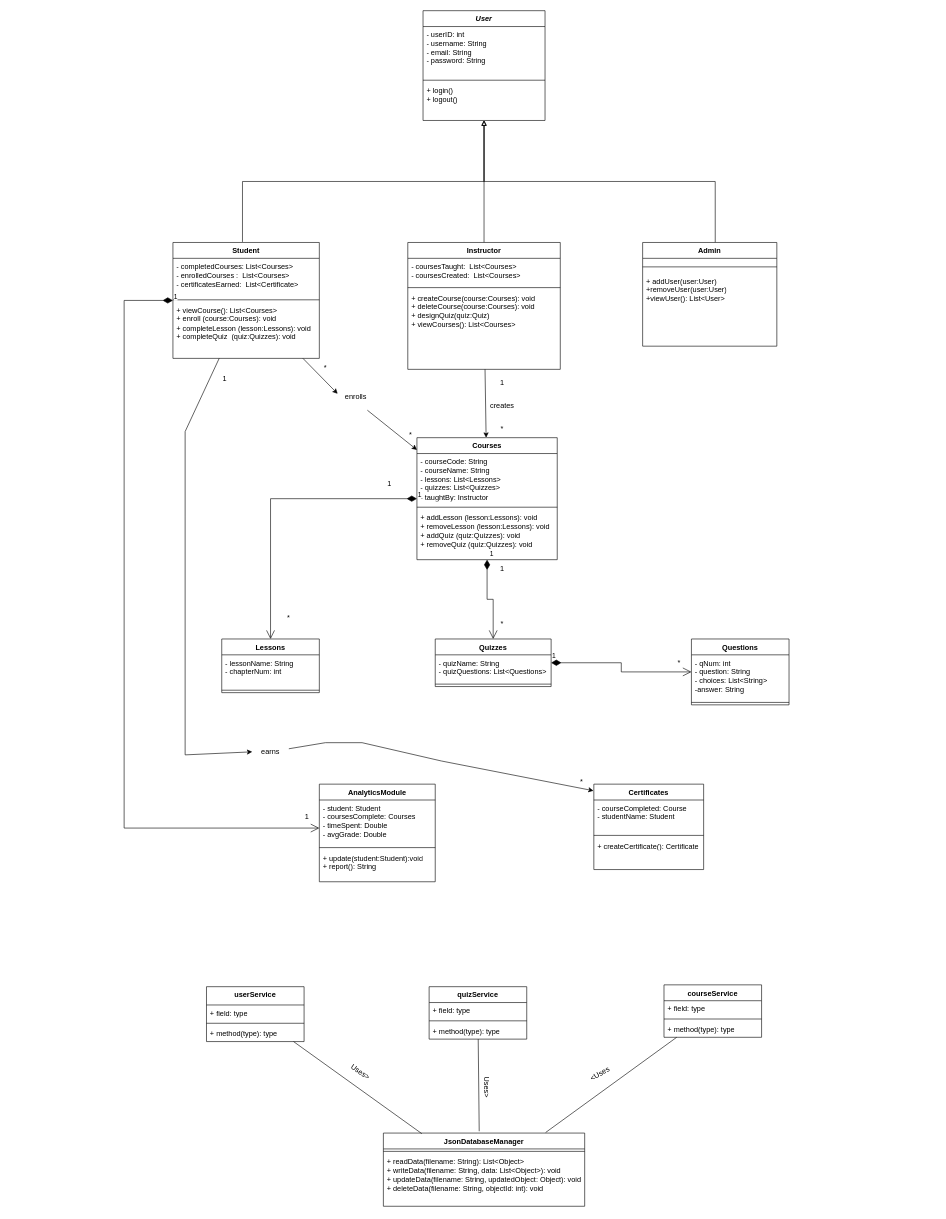
The draw.io diagram Class_Diagram/Untitled Diagram.drawio in 23010477/Lab6_SkillForge, before the edit. Source tidied: cells renumbered, new cells numbered last; positions are measured from the earlier drawing's top-left corner, leaving out a move shared by most shapes. Both pictures are drawn from the tidied source at 61%, with x=0, y=0 at pixel (124, 10).
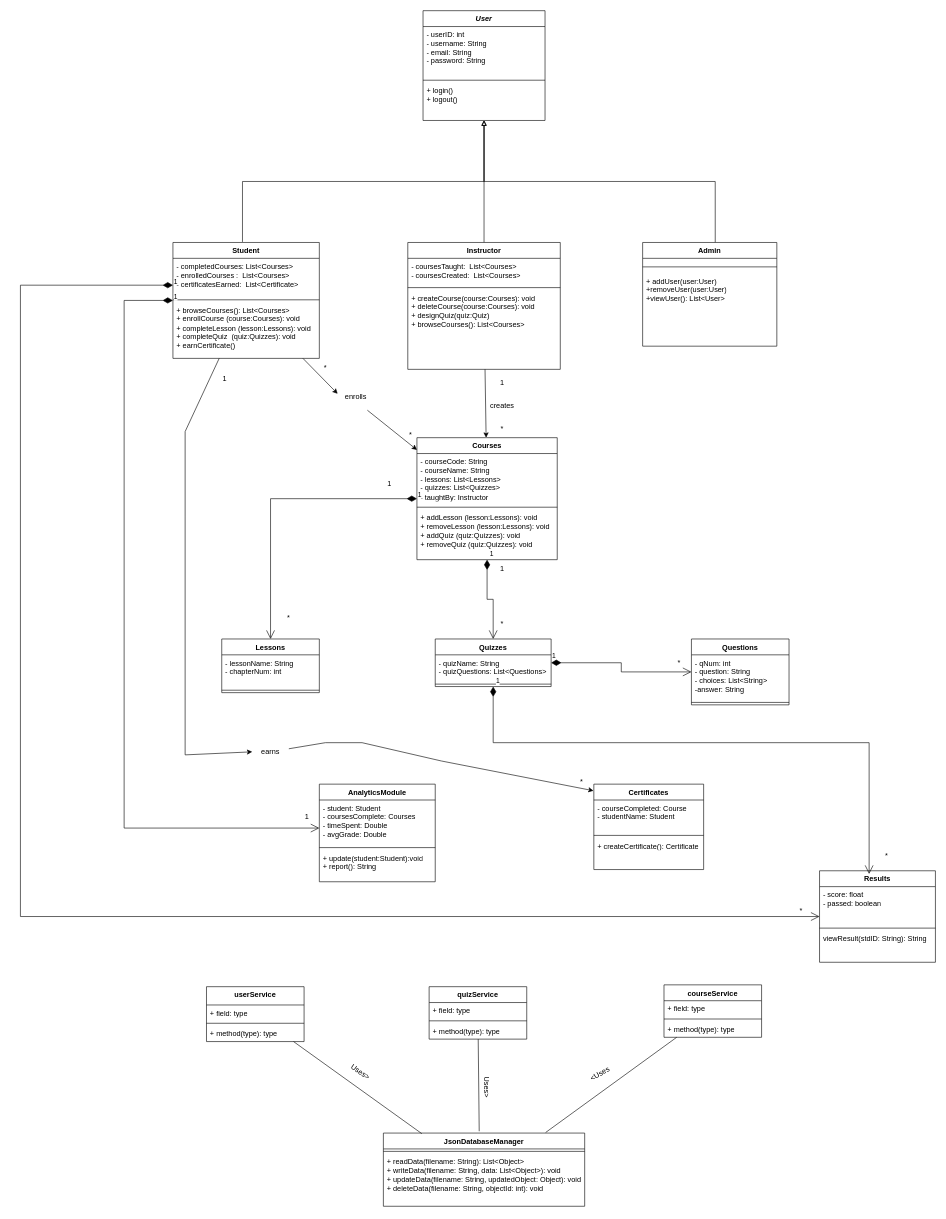
After the change.

Commit message:
added student methods , changed naming to remain consistent with other diagrams and added results class with relations

Unchanged cells that the change refers to:
```xml
<mxCell id="6" value="Student" style="swimlane;fontStyle=1;align=center;verticalAlign=top;horizontal=1;startSize=26;whiteSpace=wrap;html=1;" parent="1" vertex="1">
  <mxGeometry x="80" y="380" width="240" height="190" as="geometry" />
</mxCell>
<mxCell id="13" value="&lt;div&gt;Instructor&lt;/div&gt;&lt;div&gt;&lt;br&gt;&lt;/div&gt;" style="swimlane;fontStyle=1;align=center;verticalAlign=top;horizontal=1;startSize=26;whiteSpace=wrap;html=1;" parent="1" vertex="1">
  <mxGeometry x="465" y="380" width="250" height="208" as="geometry" />
</mxCell>
<mxCell id="28" value="Quizzes" style="swimlane;fontStyle=1;align=center;verticalAlign=top;horizontal=1;startSize=26;whiteSpace=wrap;html=1;" parent="1" vertex="1">
  <mxGeometry x="510" y="1030" width="190" height="78" as="geometry" />
</mxCell>
```

Diff of the diagram source:
```diff
@@
-    <mxCell id="9" value="&lt;div&gt;+ viewCourse(): List&amp;lt;Courses&amp;gt;&lt;/div&gt;&lt;div&gt;+ enroll (course:Courses): void&lt;/div&gt;&lt;div&gt;+ completeLesson (lesson:Lessons): void&amp;nbsp;&lt;div&gt;+ completeQuiz&amp;nbsp; (quiz:Quizzes): void&lt;/div&gt;&lt;div&gt;&lt;br&gt;&lt;/div&gt;&lt;/div&gt;" style="text;strokeColor=none;fillColor=none;align=left;verticalAlign=top;spacingLeft=4;spacingRight=4;overflow=hidden;whiteSpace=wrap;html=1;" parent="6" vertex="1">
+    <mxCell id="9" value="&lt;div&gt;+ browseCourses(): List&amp;lt;Courses&amp;gt;&lt;/div&gt;&lt;div&gt;+ enrollCourse (course:Courses): void&lt;/div&gt;&lt;div&gt;+ completeLesson (lesson:Lessons): void&amp;nbsp;&lt;div&gt;+ completeQuiz&amp;nbsp; (quiz:Quizzes): void&lt;/div&gt;&lt;div&gt;+ earnCertificate()&lt;/div&gt;&lt;div&gt;&lt;br&gt;&lt;/div&gt;&lt;/div&gt;" style="text;strokeColor=none;fillColor=none;align=left;verticalAlign=top;spacingLeft=4;spacingRight=4;overflow=hidden;whiteSpace=wrap;html=1;" parent="6" vertex="1">
       <mxGeometry y="98" width="240" height="92" as="geometry" />
     </mxCell>
@@
-    <mxCell id="16" value="&lt;div&gt;+ createCourse(course:Courses): void&lt;/div&gt;&lt;div&gt;+ deleteCourse(course:Courses): void&lt;/div&gt;&lt;div&gt;+ designQuiz(quiz:Quiz)&lt;/div&gt;&lt;div&gt;+ viewCourses(): List&amp;lt;Courses&amp;gt;&lt;/div&gt;" style="text;strokeColor=none;fillColor=none;align=left;verticalAlign=top;spacingLeft=4;spacingRight=4;overflow=hidden;whiteSpace=wrap;html=1;" parent="13" vertex="1">
+    <mxCell id="16" value="&lt;div&gt;+ createCourse(course:Courses): void&lt;/div&gt;&lt;div&gt;+ deleteCourse(course:Courses): void&lt;/div&gt;&lt;div&gt;+ designQuiz(quiz:Quiz)&lt;/div&gt;&lt;div&gt;+ browseCourses(): List&amp;lt;Courses&amp;gt;&lt;/div&gt;" style="text;strokeColor=none;fillColor=none;align=left;verticalAlign=top;spacingLeft=4;spacingRight=4;overflow=hidden;whiteSpace=wrap;html=1;" parent="13" vertex="1">
       <mxGeometry y="78" width="250" height="130" as="geometry" />
     </mxCell>
@@
+    <mxCell id="87" value="Results" style="swimlane;fontStyle=1;align=center;verticalAlign=top;horizontal=1;startSize=26;whiteSpace=wrap;html=1;" parent="1" vertex="1">
+      <mxGeometry x="1140" y="1410" width="190" height="150" as="geometry" />
+    </mxCell>
+    <mxCell id="88" value="- score: float&lt;br&gt;- passed: boolean" style="text;strokeColor=none;fillColor=none;align=left;verticalAlign=top;spacingLeft=4;spacingRight=4;overflow=hidden;whiteSpace=wrap;html=1;" parent="87" vertex="1">
+      <mxGeometry y="26" width="190" height="64" as="geometry" />
+    </mxCell>
+    <mxCell id="89" style="line;strokeWidth=1;fillColor=none;align=left;verticalAlign=middle;spacingTop=-1;spacingLeft=3;spacingRight=3;labelPosition=right;strokeColor=inherit;" parent="87" vertex="1">
+      <mxGeometry y="90" width="190" height="8" as="geometry" />
+    </mxCell>
+    <mxCell id="90" value="viewResult(stdID: String): String" style="text;strokeColor=none;fillColor=none;align=left;verticalAlign=top;spacingLeft=4;spacingRight=4;overflow=hidden;whiteSpace=wrap;html=1;" parent="87" vertex="1">
+      <mxGeometry y="98" width="190" height="52" as="geometry" />
+    </mxCell>
+    <mxCell id="91" value="1" style="endArrow=open;html=1;endSize=12;startArrow=diamondThin;startSize=14;startFill=1;edgeStyle=orthogonalEdgeStyle;align=left;verticalAlign=bottom;rounded=0;entryX=0.428;entryY=0.035;entryDx=0;entryDy=0;entryPerimeter=0;" parent="1" edge="1" source="28" target="87">
+      <mxGeometry x="-1" y="3" relative="1" as="geometry">
+        <Array as="points">
+          <mxPoint x="605" y="1200" />
+          <mxPoint x="1221" y="1200" />
+        </Array>
+      </mxGeometry>
+    </mxCell>
+    <mxCell id="92" value="*" style="text;html=1;whiteSpace=wrap;strokeColor=none;fillColor=none;align=center;verticalAlign=middle;rounded=0;" parent="1" vertex="1">
+      <mxGeometry x="1220" y="1370" width="60" height="30" as="geometry" />
+    </mxCell>
+    <mxCell id="93" value="1" style="endArrow=open;html=1;endSize=12;startArrow=diamondThin;startSize=14;startFill=1;edgeStyle=orthogonalEdgeStyle;align=left;verticalAlign=bottom;rounded=0;" parent="1" edge="1" source="6" target="87">
+      <mxGeometry x="-1" y="3" relative="1" as="geometry">
+        <Array as="points">
+          <mxPoint x="-170" y="450" />
+          <mxPoint x="-170" y="1485" />
+        </Array>
+      </mxGeometry>
+    </mxCell>
+    <mxCell id="94" value="*" style="text;html=1;whiteSpace=wrap;strokeColor=none;fillColor=none;align=center;verticalAlign=middle;rounded=0;" parent="1" vertex="1">
+      <mxGeometry x="1080" y="1460" width="60" height="30" as="geometry" />
+    </mxCell>
```
